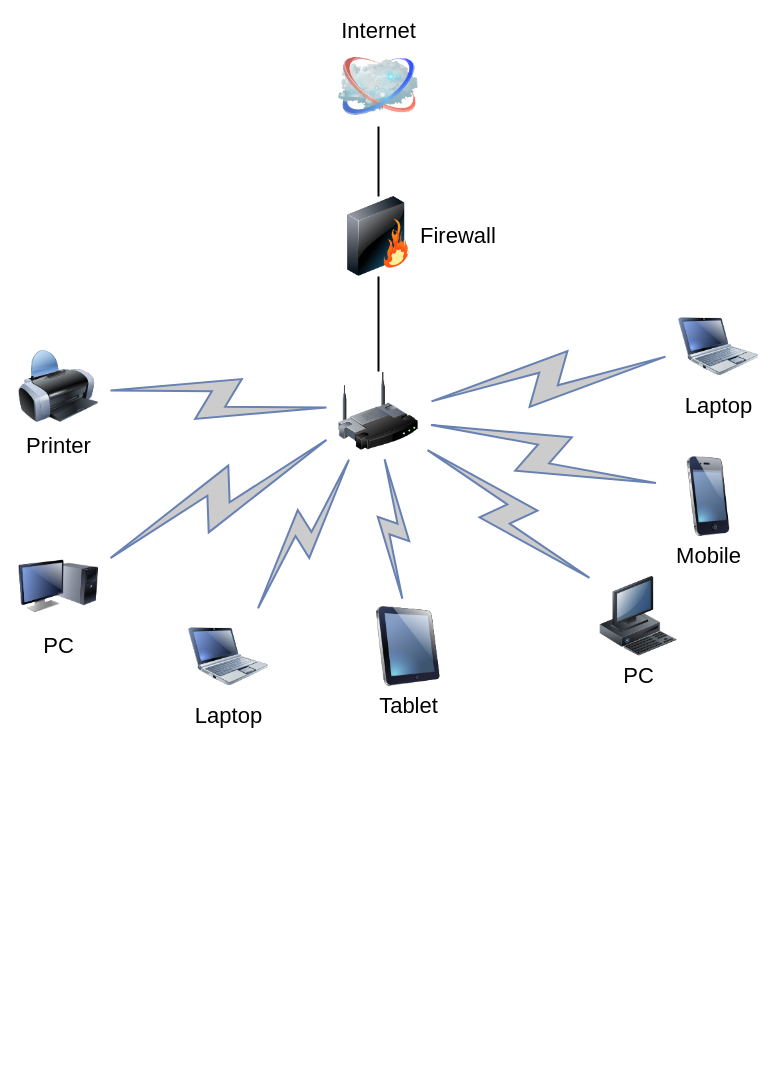
Above: 大小模型协同.drawio in Bright-Hsu/MyCam (draw.io), before the change. Source tidied: cells renumbered, new cells numbered last; positions are measured from the earlier drawing's top-left corner, leaving out a move shared by most shapes. Both pictures are drawn from the tidied source at 100%, with x=0, y=0 at pixel (18, 46).
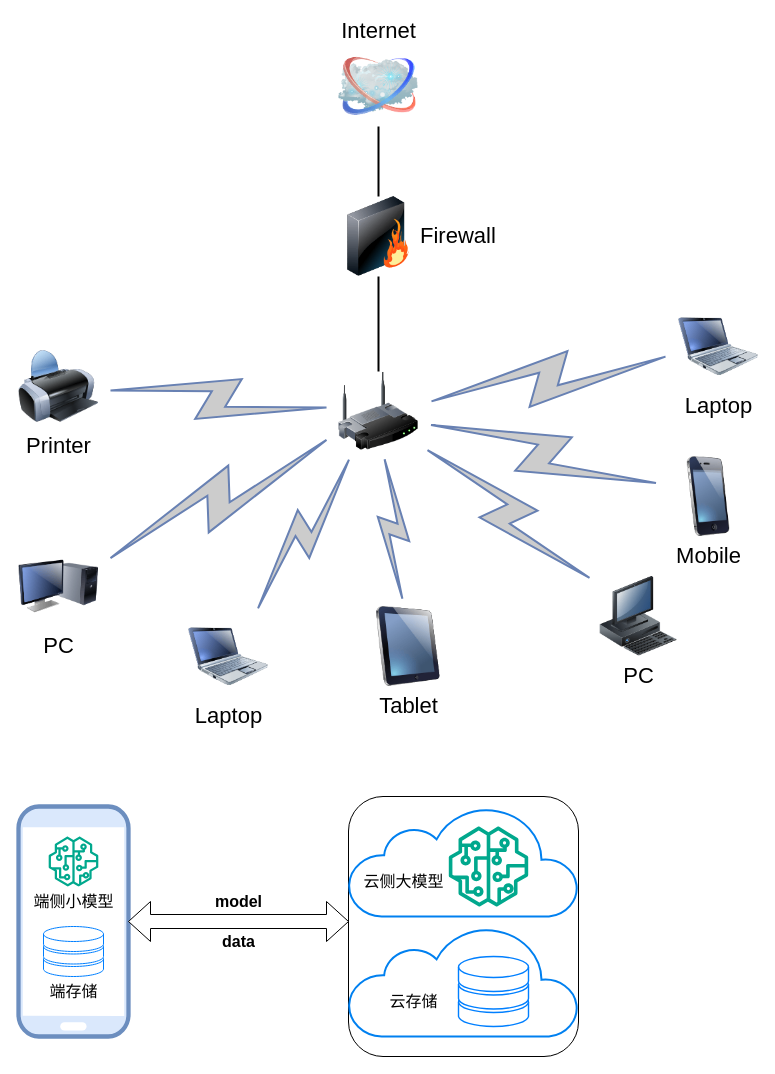
The same diagram, later.

Commit message:
更新大小模型协同.drawio

The edit, as a diff of the source:
```diff
@@
+    <mxCell id="21" style="rounded=1;whiteSpace=wrap;html=1;" parent="1" vertex="1">
+      <mxGeometry x="330" y="750" width="230" height="260" as="geometry" />
+    </mxCell>
+    <mxCell id="22" style="html=1;verticalLabelPosition=bottom;align=center;labelBackgroundColor=#ffffff;verticalAlign=top;strokeWidth=2;strokeColor=#0080F0;shadow=0;dashed=0;shape=mxgraph.ios7.icons.cloud;fontSize=16;" parent="1" vertex="1">
+      <mxGeometry x="330" y="880" width="230" height="110" as="geometry" />
+    </mxCell>
+    <mxCell id="23" style="html=1;verticalLabelPosition=bottom;align=center;labelBackgroundColor=#ffffff;verticalAlign=top;strokeWidth=2;strokeColor=#0080F0;shadow=0;dashed=0;shape=mxgraph.ios7.icons.cloud;fontSize=16;" parent="1" vertex="1">
+      <mxGeometry x="330" y="760" width="230" height="110" as="geometry" />
+    </mxCell>
@@
+    <mxCell id="24" style="verticalAlign=top;verticalLabelPosition=bottom;labelPosition=center;align=center;html=1;fillColor=#dae8fc;strokeColor=#6c8ebf;gradientDirection=north;strokeWidth=2;shape=mxgraph.networks.mobile;fontSize=16;" parent="1" vertex="1">
+      <mxGeometry y="760" width="110" height="230" as="geometry" />
+    </mxCell>
+    <mxCell id="25" style="sketch=0;fontColor=#232F3E;gradientColor=none;fillColor=#01A88D;strokeColor=none;dashed=0;verticalLabelPosition=bottom;verticalAlign=top;align=center;html=1;fontSize=16;fontStyle=0;shape=mxgraph.aws4.sagemaker_model;" parent="1" vertex="1">
+      <mxGeometry x="30" y="790" width="50" height="50" as="geometry" />
+    </mxCell>
+    <mxCell id="26" style="sketch=0;fontColor=#232F3E;gradientColor=none;fillColor=#01A88D;strokeColor=none;dashed=0;verticalLabelPosition=bottom;verticalAlign=top;align=center;html=1;fontSize=16;fontStyle=0;shape=mxgraph.aws4.sagemaker_model;" parent="1" vertex="1">
+      <mxGeometry x="430" y="780" width="80" height="80" as="geometry" />
+    </mxCell>
+    <mxCell id="27" style="fontColor=#333333;verticalAlign=top;verticalLabelPosition=bottom;labelPosition=center;align=center;html=1;fillColor=#FFFFFF;strokeColor=#007FFF;gradientDirection=north;strokeWidth=2;shape=mxgraph.networks.storage;fontSize=16;" parent="1" vertex="1">
+      <mxGeometry x="25" y="880" width="60" height="50" as="geometry" />
+    </mxCell>
+    <mxCell id="28" style="fontColor=#333333;verticalAlign=top;verticalLabelPosition=bottom;labelPosition=center;align=center;html=1;fillColor=#FFFFFF;strokeColor=#007FFF;gradientDirection=north;strokeWidth=2;shape=mxgraph.networks.storage;fontSize=16;" parent="1" vertex="1">
+      <mxGeometry x="440" y="910" width="70" height="70" as="geometry" />
+    </mxCell>
+    <mxCell id="29" value="端侧小模型" style="text;html=1;align=center;verticalAlign=middle;strokeColor=none;fillColor=none;fontSize=16;" parent="1" vertex="1">
+      <mxGeometry x="5" y="840" width="100" height="30" as="geometry" />
+    </mxCell>
+    <mxCell id="30" value="端存储" style="text;html=1;align=center;verticalAlign=middle;strokeColor=none;fillColor=none;fontSize=16;" parent="1" vertex="1">
+      <mxGeometry x="20" y="930" width="70" height="30" as="geometry" />
+    </mxCell>
+    <mxCell id="31" value="云侧大模型" style="text;html=1;align=center;verticalAlign=middle;strokeColor=none;fillColor=none;fontSize=16;" parent="1" vertex="1">
+      <mxGeometry x="335" y="820" width="100" height="30" as="geometry" />
+    </mxCell>
+    <mxCell id="32" value="云存储" style="text;html=1;align=center;verticalAlign=middle;strokeColor=none;fillColor=none;fontSize=16;" parent="1" vertex="1">
+      <mxGeometry x="360" y="940" width="70" height="30" as="geometry" />
+    </mxCell>
+    <mxCell id="33" style="html=1;shadow=0;dashed=0;align=center;verticalAlign=middle;shape=mxgraph.arrows2.twoWayArrow;dy=0.65;dx=22;" parent="1" vertex="1">
+      <mxGeometry x="110" y="855" width="220" height="40" as="geometry" />
+    </mxCell>
+    <mxCell id="34" value="model" style="text;html=1;align=center;verticalAlign=middle;strokeColor=none;fillColor=none;fontSize=16;fontStyle=1;" parent="1" vertex="1">
+      <mxGeometry x="185" y="840" width="70" height="30" as="geometry" />
+    </mxCell>
+    <mxCell id="35" value="data" style="text;html=1;align=center;verticalAlign=middle;strokeColor=none;fillColor=none;fontSize=16;fontStyle=1;" parent="1" vertex="1">
+      <mxGeometry x="190" y="880" width="60" height="30" as="geometry" />
+    </mxCell>
```
